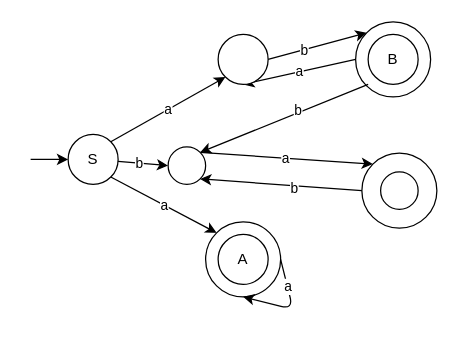
This is Excercise02/5a.drawio from MxBurger/FCW1, a draw.io file, before an edit. Source tidied: cells renumbered, new cells numbered last; positions are measured from the earlier drawing's top-left corner, leaving out a move shared by most shapes. Both pictures are drawn from the tidied source at 125%, with x=0, y=0 at pixel (30, 21).
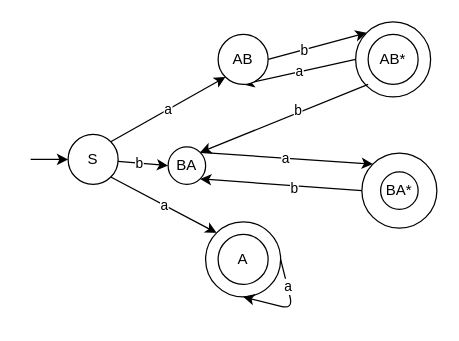
Above is the later version.

What changed in the source:
```diff
@@
-    <mxCell id="17" style="ellipse;whiteSpace=wrap;html=1;" parent="1" vertex="1">
+    <mxCell id="17" value="AB" style="ellipse;whiteSpace=wrap;html=1;" parent="1" vertex="1">
       <mxGeometry x="150" y="10" width="40" height="40" as="geometry" />
     </mxCell>
@@
-    <mxCell id="20" value="B" style="ellipse;whiteSpace=wrap;html=1;" parent="1" vertex="1">
+    <mxCell id="20" value="AB*" style="ellipse;whiteSpace=wrap;html=1;" parent="1" vertex="1">
       <mxGeometry x="270" y="10" width="40" height="40" as="geometry" />
     </mxCell>
@@
-    <mxCell id="22" style="ellipse;whiteSpace=wrap;html=1;" parent="1" vertex="1">
+    <mxCell id="22" value="BA" style="ellipse;whiteSpace=wrap;html=1;" parent="1" vertex="1">
       <mxGeometry x="110" y="100" width="30" height="30" as="geometry" />
     </mxCell>
@@
-    <mxCell id="25" style="ellipse;whiteSpace=wrap;html=1;" parent="1" vertex="1">
+    <mxCell id="25" value="BA*" style="ellipse;whiteSpace=wrap;html=1;" parent="1" vertex="1">
       <mxGeometry x="280" y="120" width="30" height="30" as="geometry" />
     </mxCell>
```
